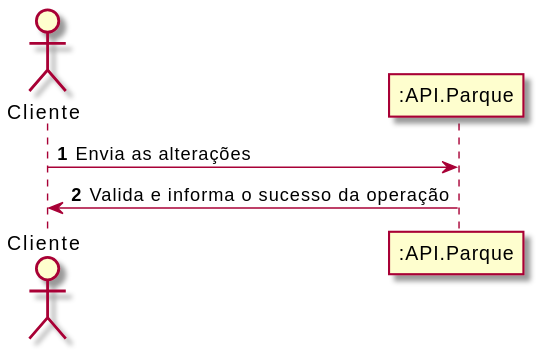
Above: Documentos/Sprint2/UC4/UC4-SSD.svg in UPskillDOTNET/Jakim-das-Coives-S.A. (PlantUML), before the change.
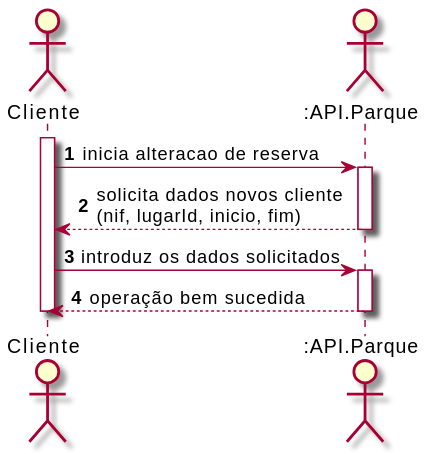
Later version of the same file.

What changed in the source:
```diff
@@ -1,7 +1,19 @@
 @startuml
 autonumber
-    Actor "Cliente" as CL
-    participant ":API.Parque" as api
-    CL -> api : Envia as alterações
-    api -> CL : Valida e informa o sucesso da operação
+actor "Cliente" as UserNR
+actor ":API.Parque" as API
+
+activate UserNR
+UserNR -> "API" : inicia alteracao de reserva
+activate "API"
+"API" --> UserNR : solicita dados novos cliente \n(nif, lugarId, inicio, fim)
+deactivate "API"
+
+UserNR -> "API" : introduz os dados solicitados
+activate "API"
+
+"API" --> UserNR : operação bem sucedida
+deactivate "API"
+
+deactivate UserNR
 @enduml
```
